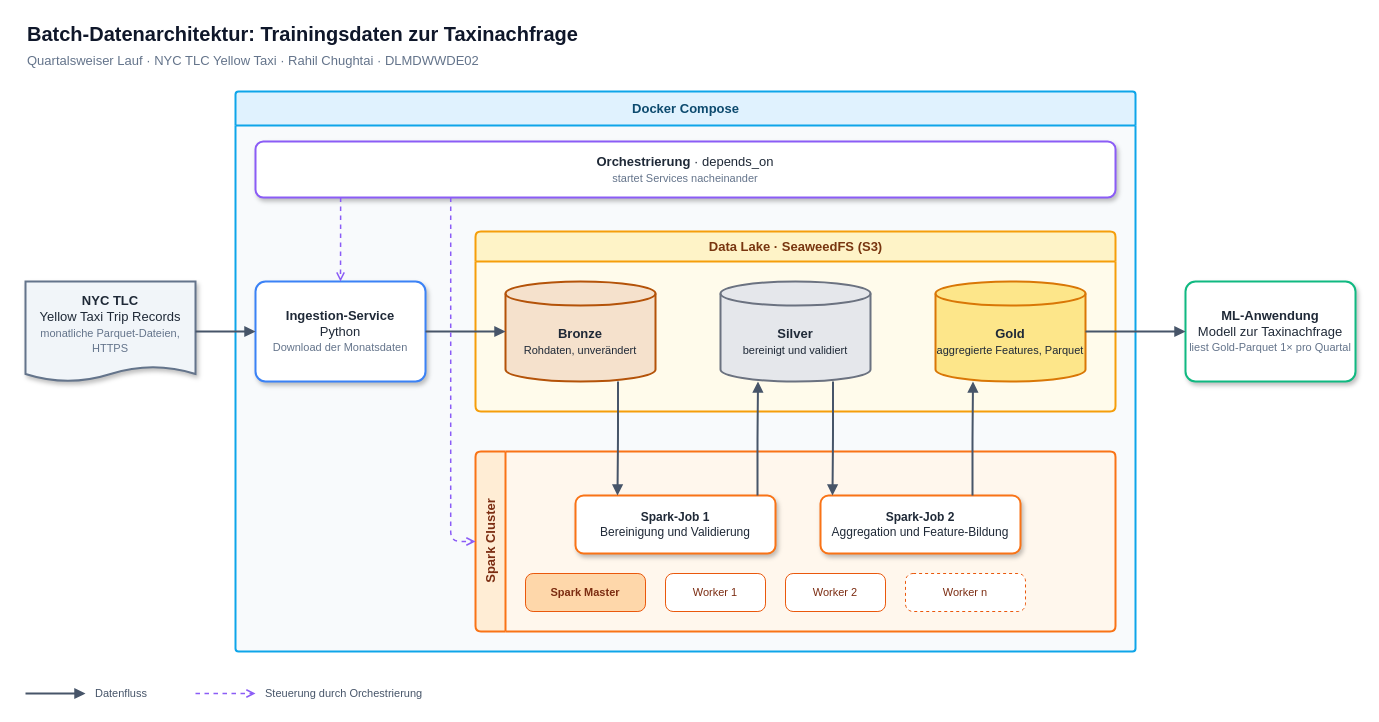
Before: figures/architektur.drawio in rahilchughtai/DataEngineerProjekt, a draw.io diagram. Source tidied: cells renumbered, new cells numbered last; positions are measured from the earlier drawing's top-left corner, leaving out a move shared by most shapes. Both pictures are drawn from the tidied source at 100%, with x=0, y=0 at pixel (25, 17).
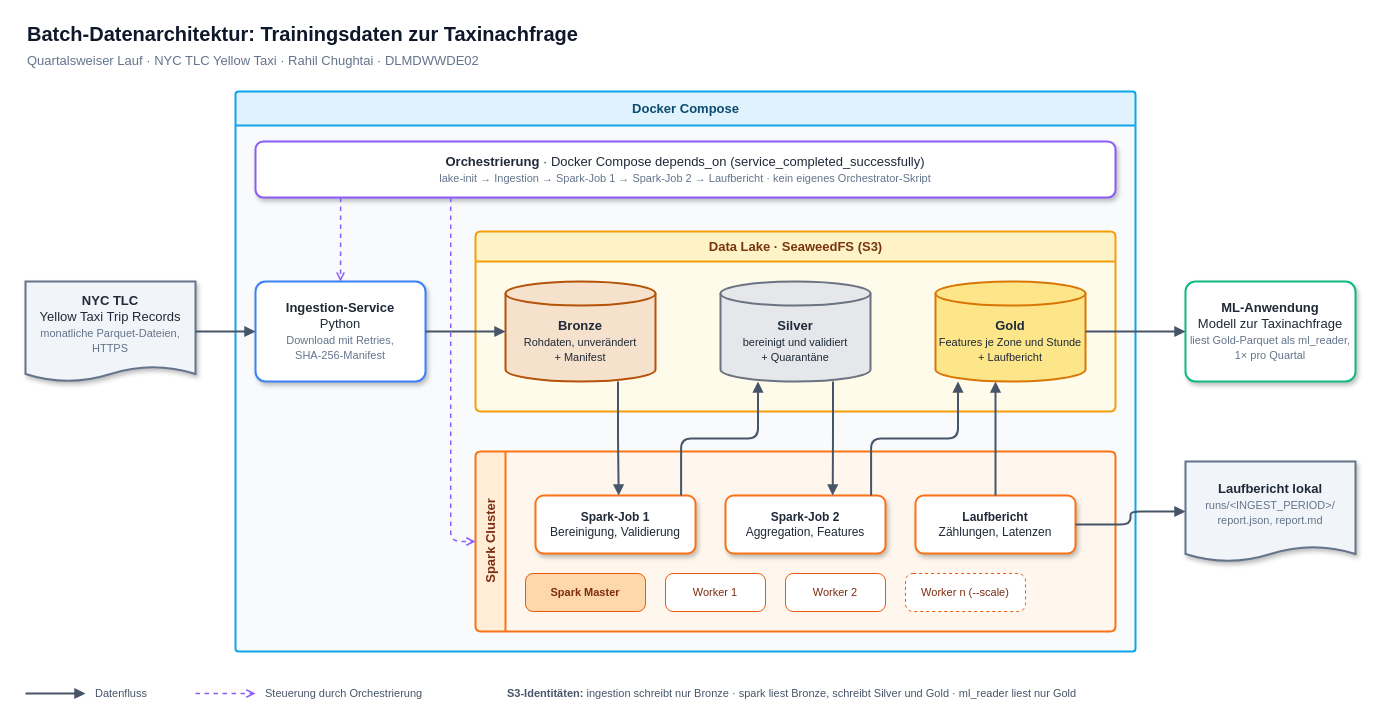
Above is the later version.

The change refers to these unchanged cells:
```xml
<mxCell id="4" value="Docker Compose" style="swimlane;startSize=34;rounded=1;arcSize=3;html=1;fillColor=#E0F2FE;swimlaneFillColor=#F8FAFC;strokeColor=#0EA5E9;strokeWidth=2;fontColor=#0C4A6E;fontStyle=1;fontSize=13;" parent="1" vertex="1">
  <mxGeometry x="210" y="74" width="900" height="560" as="geometry" />
</mxCell>
<mxCell id="7" value="Data Lake · SeaweedFS (S3)" style="swimlane;startSize=30;rounded=1;arcSize=6;html=1;fillColor=#FEF3C7;swimlaneFillColor=#FFFBEB;strokeColor=#F59E0B;strokeWidth=2;fontColor=#78350F;fontStyle=1;fontSize=13;" parent="4" vertex="1">
  <mxGeometry x="240" y="140" width="640" height="180" as="geometry" />
</mxCell>
<mxCell id="11" value="Spark Cluster" style="swimlane;startSize=30;rounded=1;arcSize=6;html=1;fillColor=#FFEDD5;swimlaneFillColor=#FFF7ED;strokeColor=#F97316;strokeWidth=2;fontColor=#7C2D12;fontStyle=1;fontSize=13;horizontal=0;" parent="4" vertex="1">
  <mxGeometry x="240" y="360" width="640" height="180" as="geometry" />
</mxCell>
```

What changed in the source:
```diff
@@
-    <mxCell id="5" value="&lt;b&gt;Orchestrierung&lt;/b&gt; · depends_on&lt;br&gt;&lt;span style=&quot;font-size:11px;color:#64748B&quot;&gt;startet Services nacheinander&lt;/span&gt;" style="rounded=1;arcSize=14;whiteSpace=wrap;html=1;fillColor=#FFFFFF;strokeColor=#8B5CF6;strokeWidth=2;shadow=1;fontColor=#1F2937;fontSize=13;" parent="4" vertex="1">
+    <mxCell id="5" value="&lt;b&gt;Orchestrierung&lt;/b&gt; · Docker Compose depends_on (service_completed_successfully)&lt;br&gt;&lt;span style=&quot;font-size:11px;color:#64748B&quot;&gt;lake-init → Ingestion → Spark-Job 1 → Spark-Job 2 → Laufbericht · kein eigenes Orchestrator-Skript&lt;/span&gt;" style="rounded=1;arcSize=14;whiteSpace=wrap;html=1;fillColor=#FFFFFF;strokeColor=#8B5CF6;strokeWidth=2;shadow=1;fontColor=#1F2937;fontSize=13;" parent="4" vertex="1">
       <mxGeometry x="20" y="50" width="860" height="56" as="geometry" />
     </mxCell>
-    <mxCell id="6" value="&lt;b&gt;Ingestion-Service&lt;/b&gt;&lt;br&gt;Python&lt;br&gt;&lt;span style=&quot;font-size:11px;color:#64748B&quot;&gt;Download der Monatsdaten&lt;/span&gt;" style="rounded=1;arcSize=10;whiteSpace=wrap;html=1;fillColor=#FFFFFF;strokeColor=#3B82F6;strokeWidth=2;shadow=1;fontColor=#1F2937;fontSize=13;" parent="4" vertex="1">
+    <mxCell id="6" value="&lt;b&gt;Ingestion-Service&lt;/b&gt;&lt;br&gt;Python&lt;br&gt;&lt;span style=&quot;font-size:11px;color:#64748B&quot;&gt;Download mit Retries,&lt;br&gt;SHA-256-Manifest&lt;/span&gt;" style="rounded=1;arcSize=10;whiteSpace=wrap;html=1;fillColor=#FFFFFF;strokeColor=#3B82F6;strokeWidth=2;shadow=1;fontColor=#1F2937;fontSize=13;" parent="4" vertex="1">
       <mxGeometry x="20" y="190" width="170" height="100" as="geometry" />
     </mxCell>
@@
-    <mxCell id="8" value="&lt;b&gt;Bronze&lt;/b&gt;&lt;br&gt;&lt;span style=&quot;font-size:11px&quot;&gt;Rohdaten, unverändert&lt;/span&gt;" style="shape=cylinder3;whiteSpace=wrap;html=1;boundedLbl=1;size=12;fillColor=#F5E1CC;strokeColor=#B45309;strokeWidth=2;fontColor=#1F2937;fontSize=13;" parent="7" vertex="1">
+    <mxCell id="8" value="&lt;b&gt;Bronze&lt;/b&gt;&lt;br&gt;&lt;span style=&quot;font-size:11px&quot;&gt;Rohdaten, unverändert&lt;br&gt;+ Manifest&lt;/span&gt;" style="shape=cylinder3;whiteSpace=wrap;html=1;boundedLbl=1;size=12;fillColor=#F5E1CC;strokeColor=#B45309;strokeWidth=2;fontColor=#1F2937;fontSize=13;" parent="7" vertex="1">
       <mxGeometry x="30" y="50" width="150" height="100" as="geometry" />
     </mxCell>
-    <mxCell id="9" value="&lt;b&gt;Silver&lt;/b&gt;&lt;br&gt;&lt;span style=&quot;font-size:11px&quot;&gt;bereinigt und validiert&lt;/span&gt;" style="shape=cylinder3;whiteSpace=wrap;html=1;boundedLbl=1;size=12;fillColor=#E5E7EB;strokeColor=#6B7280;strokeWidth=2;fontColor=#1F2937;fontSize=13;" parent="7" vertex="1">
+    <mxCell id="9" value="&lt;b&gt;Silver&lt;/b&gt;&lt;br&gt;&lt;span style=&quot;font-size:11px&quot;&gt;bereinigt und validiert&lt;br&gt;+ Quarantäne&lt;/span&gt;" style="shape=cylinder3;whiteSpace=wrap;html=1;boundedLbl=1;size=12;fillColor=#E5E7EB;strokeColor=#6B7280;strokeWidth=2;fontColor=#1F2937;fontSize=13;" parent="7" vertex="1">
       <mxGeometry x="245" y="50" width="150" height="100" as="geometry" />
     </mxCell>
-    <mxCell id="10" value="&lt;b&gt;Gold&lt;/b&gt;&lt;br&gt;&lt;span style=&quot;font-size:11px&quot;&gt;aggregierte Features, Parquet&lt;/span&gt;" style="shape=cylinder3;whiteSpace=wrap;html=1;boundedLbl=1;size=12;fillColor=#FDE68A;strokeColor=#D97706;strokeWidth=2;fontColor=#1F2937;fontSize=13;" parent="7" vertex="1">
+    <mxCell id="10" value="&lt;b&gt;Gold&lt;/b&gt;&lt;br&gt;&lt;span style=&quot;font-size:11px&quot;&gt;Features je Zone und Stunde&lt;br&gt;+ Laufbericht&lt;/span&gt;" style="shape=cylinder3;whiteSpace=wrap;html=1;boundedLbl=1;size=12;fillColor=#FDE68A;strokeColor=#D97706;strokeWidth=2;fontColor=#1F2937;fontSize=13;" parent="7" vertex="1">
       <mxGeometry x="460" y="50" width="150" height="100" as="geometry" />
     </mxCell>
@@
-    <mxCell id="12" value="&lt;b&gt;Spark-Job 1&lt;/b&gt;&lt;br&gt;Bereinigung und Validierung" style="rounded=1;arcSize=14;whiteSpace=wrap;html=1;fillColor=#FFFFFF;strokeColor=#F97316;strokeWidth=2;shadow=1;fontColor=#1F2937;fontSize=12;" parent="11" vertex="1">
-      <mxGeometry x="100" y="44" width="200" height="58" as="geometry" />
+    <mxCell id="12" value="&lt;b&gt;Spark-Job 1&lt;/b&gt;&lt;br&gt;Bereinigung, Validierung" style="rounded=1;arcSize=14;whiteSpace=wrap;html=1;fillColor=#FFFFFF;strokeColor=#F97316;strokeWidth=2;shadow=1;fontColor=#1F2937;fontSize=12;" parent="11" vertex="1">
+      <mxGeometry x="60" y="44" width="160" height="58" as="geometry" />
     </mxCell>
-    <mxCell id="13" value="&lt;b&gt;Spark-Job 2&lt;/b&gt;&lt;br&gt;Aggregation und Feature-Bildung" style="rounded=1;arcSize=14;whiteSpace=wrap;html=1;fillColor=#FFFFFF;strokeColor=#F97316;strokeWidth=2;shadow=1;fontColor=#1F2937;fontSize=12;" parent="11" vertex="1">
-      <mxGeometry x="345" y="44" width="200" height="58" as="geometry" />
+    <mxCell id="13" value="&lt;b&gt;Spark-Job 2&lt;/b&gt;&lt;br&gt;Aggregation, Features" style="rounded=1;arcSize=14;whiteSpace=wrap;html=1;fillColor=#FFFFFF;strokeColor=#F97316;strokeWidth=2;shadow=1;fontColor=#1F2937;fontSize=12;" parent="11" vertex="1">
+      <mxGeometry x="250" y="44" width="160" height="58" as="geometry" />
     </mxCell>
+    <mxCell id="32" value="&lt;b&gt;Laufbericht&lt;/b&gt;&lt;br&gt;Zählungen, Latenzen" style="rounded=1;arcSize=14;whiteSpace=wrap;html=1;fillColor=#FFFFFF;strokeColor=#F97316;strokeWidth=2;shadow=1;fontColor=#1F2937;fontSize=12;" parent="11" vertex="1">
+      <mxGeometry x="440" y="44" width="160" height="58" as="geometry" />
+    </mxCell>
@@
-    <mxCell id="17" value="Worker n" style="rounded=1;arcSize=20;whiteSpace=wrap;html=1;fillColor=#FFFFFF;strokeColor=#EA580C;dashed=1;fontColor=#7C2D12;fontSize=11;" parent="11" vertex="1">
+    <mxCell id="17" value="Worker n (--scale)" style="rounded=1;arcSize=20;whiteSpace=wrap;html=1;fillColor=#FFFFFF;strokeColor=#EA580C;dashed=1;fontColor=#7C2D12;fontSize=11;" parent="11" vertex="1">
       <mxGeometry x="430" y="122" width="120" height="38" as="geometry" />
     </mxCell>
+    <mxCell id="33" value="&lt;b&gt;Laufbericht lokal&lt;/b&gt;&lt;br&gt;&lt;span style=&quot;font-size:11px;color:#64748B&quot;&gt;runs/&amp;lt;INGEST_PERIOD&amp;gt;/&lt;br&gt;report.json, report.md&lt;/span&gt;" style="shape=document;size=0.15;whiteSpace=wrap;html=1;boundedLbl=1;fillColor=#F1F5F9;strokeColor=#64748B;strokeWidth=2;shadow=1;fontColor=#1F2937;fontSize=13;" parent="1" vertex="1">
+      <mxGeometry x="1160" y="444" width="170" height="100" as="geometry" />
+    </mxCell>
-    <mxCell id="18" value="&lt;b&gt;ML-Anwendung&lt;/b&gt;&lt;br&gt;Modell zur Taxinachfrage&lt;br&gt;&lt;span style=&quot;font-size:11px;color:#64748B&quot;&gt;liest Gold-Parquet 1× pro Quartal&lt;/span&gt;" style="rounded=1;arcSize=10;whiteSpace=wrap;html=1;fillColor=#FFFFFF;strokeColor=#10B981;strokeWidth=2;shadow=1;fontColor=#1F2937;fontSize=13;" parent="1" vertex="1">
+    <mxCell id="18" value="&lt;b&gt;ML-Anwendung&lt;/b&gt;&lt;br&gt;Modell zur Taxinachfrage&lt;br&gt;&lt;span style=&quot;font-size:11px;color:#64748B&quot;&gt;liest Gold-Parquet als ml_reader, 1× pro Quartal&lt;/span&gt;" style="rounded=1;arcSize=10;whiteSpace=wrap;html=1;fillColor=#FFFFFF;strokeColor=#10B981;strokeWidth=2;shadow=1;fontColor=#1F2937;fontSize=13;" parent="1" vertex="1">
       <mxGeometry x="1160" y="264" width="170" height="100" as="geometry" />
     </mxCell>
@@
-    <mxCell id="21" style="edgeStyle=orthogonalEdgeStyle;rounded=1;html=1;strokeColor=#475569;strokeWidth=2;endArrow=block;endFill=1;exitX=0.75;exitY=1;entryX=0.21;entryY=0;" parent="4" edge="1" source="8" target="12">
+    <mxCell id="21" style="edgeStyle=orthogonalEdgeStyle;rounded=1;html=1;strokeColor=#475569;strokeWidth=2;endArrow=block;endFill=1;exitX=0.75;exitY=1;entryX=0.52;entryY=0;" parent="4" edge="1" source="8" target="12">
       <mxGeometry relative="1" as="geometry" />
     </mxCell>
@@
-    <mxCell id="23" style="edgeStyle=orthogonalEdgeStyle;rounded=1;html=1;strokeColor=#475569;strokeWidth=2;endArrow=block;endFill=1;exitX=0.75;exitY=1;entryX=0.06;entryY=0;" parent="4" edge="1" source="9" target="13">
+    <mxCell id="23" style="edgeStyle=orthogonalEdgeStyle;rounded=1;html=1;strokeColor=#475569;strokeWidth=2;endArrow=block;endFill=1;exitX=0.75;exitY=1;entryX=0.67;entryY=0;" parent="4" edge="1" source="9" target="13">
       <mxGeometry relative="1" as="geometry" />
     </mxCell>
-    <mxCell id="24" style="edgeStyle=orthogonalEdgeStyle;rounded=1;html=1;strokeColor=#475569;strokeWidth=2;endArrow=block;endFill=1;exitX=0.76;exitY=0;entryX=0.25;entryY=1;" parent="4" edge="1" source="13" target="10">
+    <mxCell id="24" style="edgeStyle=orthogonalEdgeStyle;rounded=1;html=1;strokeColor=#475569;strokeWidth=2;endArrow=block;endFill=1;exitX=0.91;exitY=0;entryX=0.15;entryY=1;" parent="4" edge="1" source="13" target="10">
       <mxGeometry relative="1" as="geometry" />
     </mxCell>
@@
+    <mxCell id="34" style="edgeStyle=orthogonalEdgeStyle;rounded=1;html=1;strokeColor=#475569;strokeWidth=2;endArrow=block;endFill=1;exitX=0.5;exitY=0;entryX=0.4;entryY=1;" parent="4" edge="1" source="32" target="10">
+      <mxGeometry relative="1" as="geometry" />
+    </mxCell>
+    <mxCell id="35" style="edgeStyle=orthogonalEdgeStyle;rounded=1;html=1;strokeColor=#475569;strokeWidth=2;endArrow=block;endFill=1;exitX=1;exitY=0.5;entryX=0;entryY=0.5;" parent="1" edge="1" source="32" target="33">
+      <mxGeometry relative="1" as="geometry" />
+    </mxCell>
@@
+    <mxCell id="36" value="&lt;b&gt;S3-Identitäten:&lt;/b&gt; ingestion schreibt nur Bronze · spark liest Bronze, schreibt Silver und Gold · ml_reader liest nur Gold" style="text;html=1;align=left;verticalAlign=middle;fontSize=11;fontColor=#475569;" parent="1" vertex="1">
+      <mxGeometry x="480" y="664" width="760" height="24" as="geometry" />
+    </mxCell>
```
